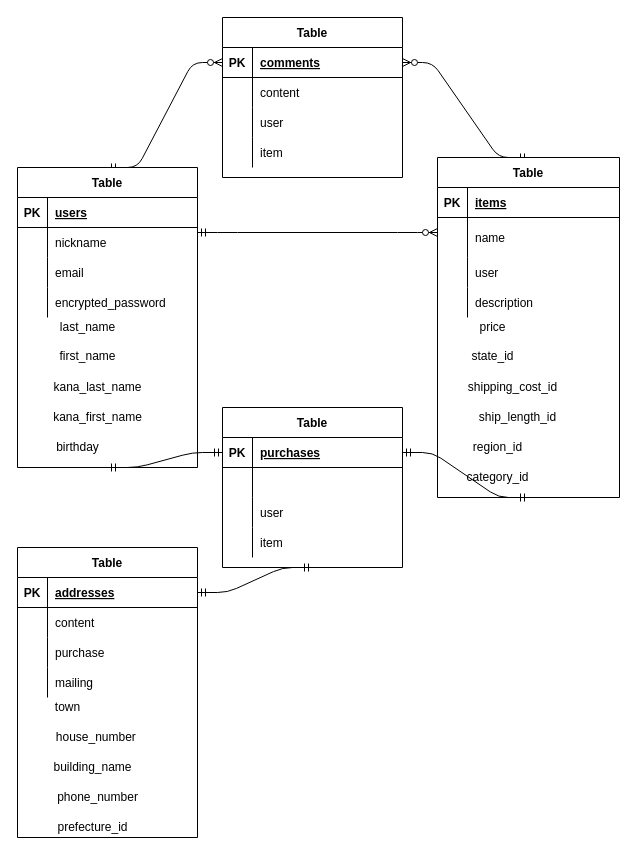
This is test.drawio from Rick0317/furima-36668, a draw.io file, before an edit. Source tidied: cells renumbered, new cells numbered last; positions are measured from the earlier drawing's top-left corner, leaving out a move shared by most shapes. Both pictures are drawn from the tidied source at 100%, with x=0, y=0 at pixel (17, 17).
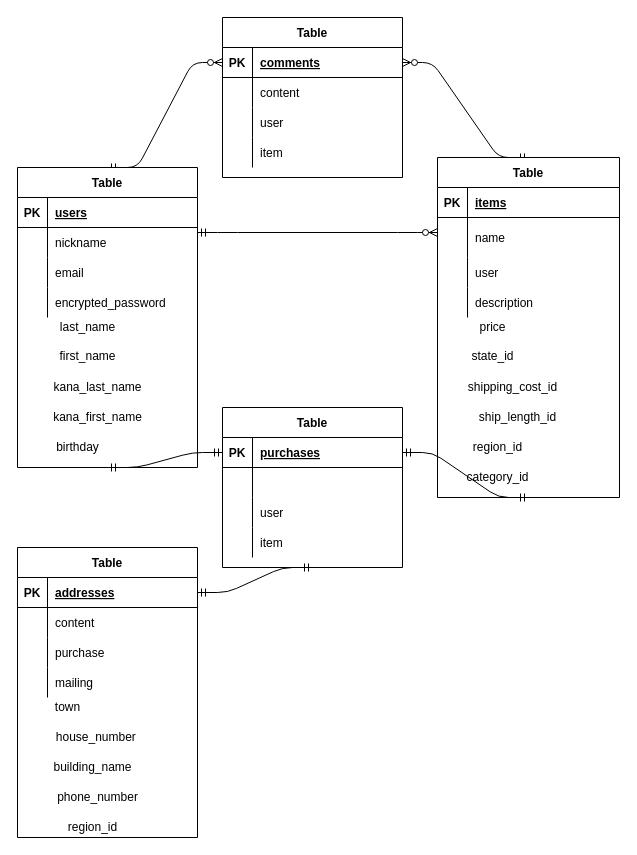
Above is the later version.

Diff of the diagram source:
```diff
@@
-    <mxCell id="88" value="prefecture_id" style="text;html=1;align=center;verticalAlign=middle;fillColor=none;strokeColor=none;rounded=0;" parent="1" vertex="1">
-      <mxGeometry x="30" y="800" width="90" height="20" as="geometry" />
+    <mxCell id="88" value="region_id" style="text;html=1;align=center;verticalAlign=middle;fillColor=none;strokeColor=none;rounded=0;" parent="1" vertex="1">
+      <mxGeometry x="45" y="800" width="60" height="20" as="geometry" />
     </mxCell>
```
